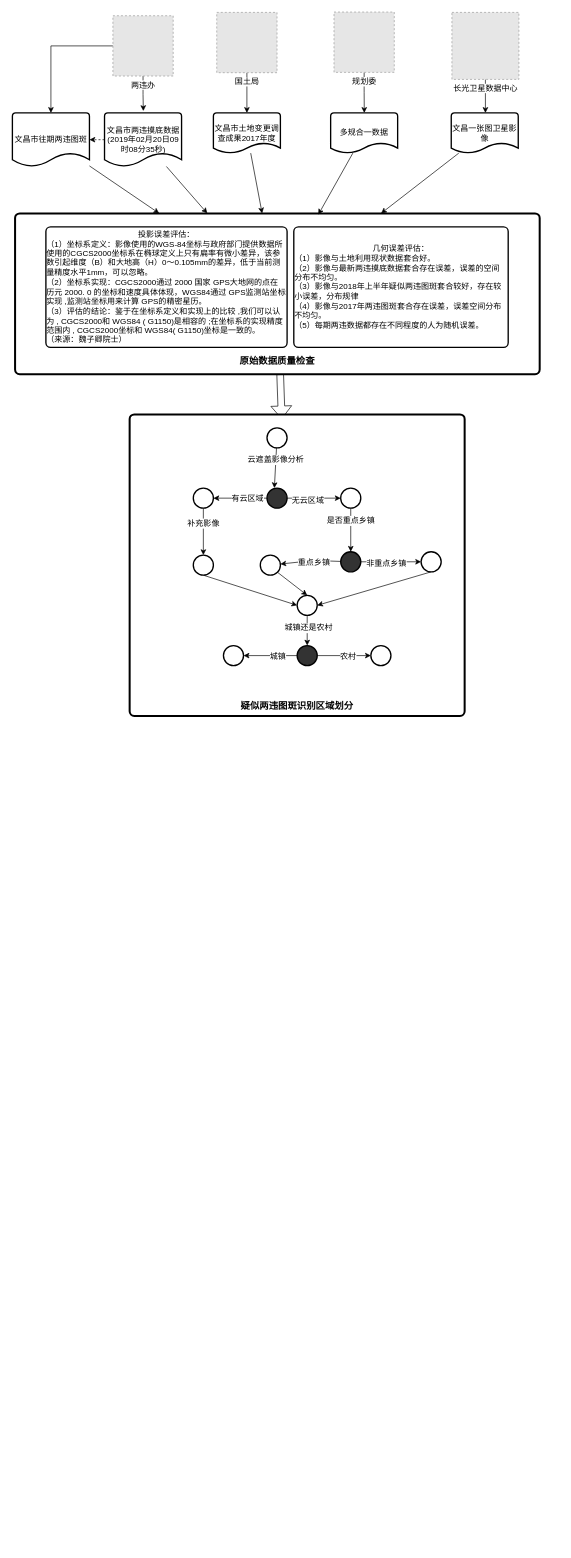
dorbodwolf/graphs_from_draw.io keeps this draw.io diagram as page "Page-1" (1 of 2) of 两违产品流程.drawio. Above is the earlier version. Source tidied: cells renumbered, new cells numbered last; positions are measured from the earlier drawing's top-left corner, leaving out a move shared by most shapes. Both pictures are drawn from the tidied source at 67%, with x=0, y=0 at pixel (12, 12). Pictures stored in the file or linked from it are replaced by grey dashed boxes.
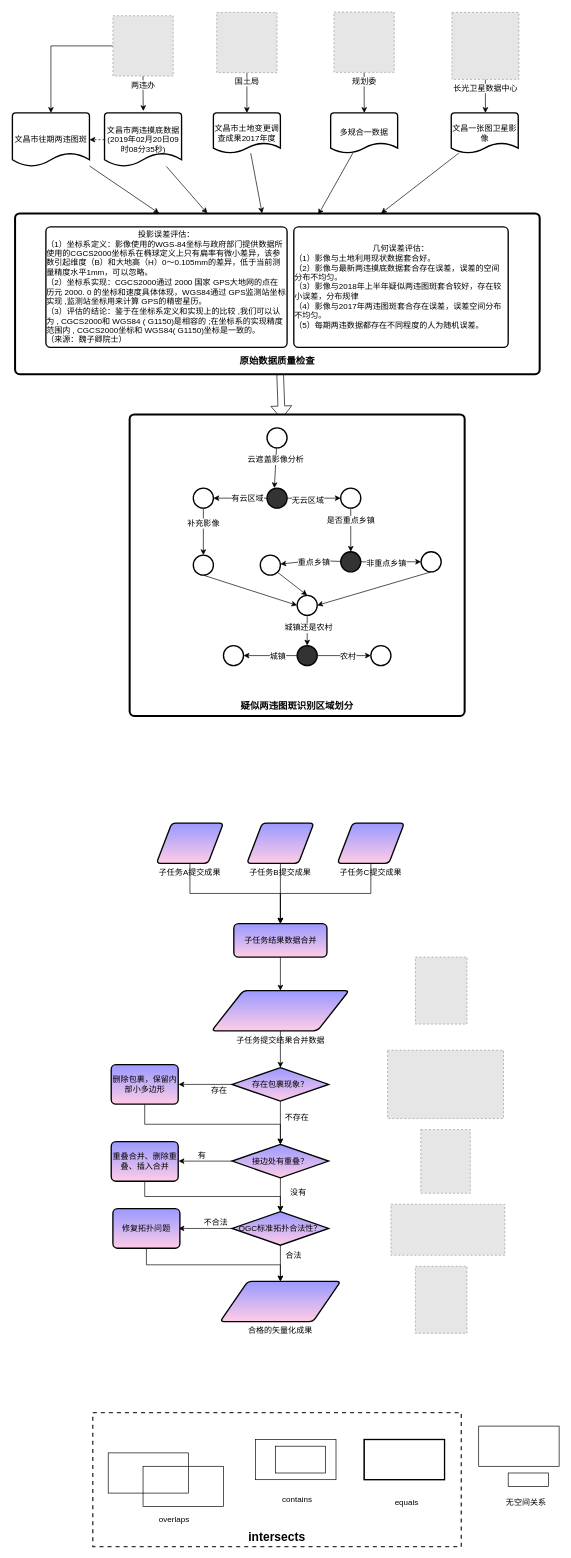
Above is the later version.

Commit message:
Update 两违产品流程.drawio

Change to the diagram source:
```diff
@@
+    <mxCell id="62" style="edgeStyle=orthogonalEdgeStyle;rounded=0;jettySize=auto;html=1;exitX=0.5;exitY=1;exitDx=0;exitDy=0;" parent="1" edge="1" source="63" target="71">
+      <mxGeometry relative="1" as="geometry" />
+    </mxCell>
+    <mxCell id="63" value="子任务A提交成果" style="verticalLabelPosition=bottom;verticalAlign=top;html=1;strokeWidth=2;shape=parallelogram;perimeter=parallelogramPerimeter;whiteSpace=wrap;rounded=1;arcSize=12;size=0.23;shadow=0;glass=0;comic=0;fillColor=#9999FF;gradientColor=#FFCCE6;" parent="1" vertex="1">
+      <mxGeometry x="215" y="1210" width="100" height="60" as="geometry" />
+    </mxCell>
+    <mxCell id="64" style="edgeStyle=orthogonalEdgeStyle;rounded=0;jettySize=auto;html=1;exitX=0.5;exitY=1;exitDx=0;exitDy=0;entryX=0.5;entryY=0;entryDx=0;entryDy=0;" parent="1" edge="1" source="65" target="71">
+      <mxGeometry relative="1" as="geometry" />
+    </mxCell>
+    <mxCell id="65" value="子任务B提交成果" style="verticalLabelPosition=bottom;verticalAlign=top;html=1;strokeWidth=2;shape=parallelogram;perimeter=parallelogramPerimeter;whiteSpace=wrap;rounded=1;arcSize=12;size=0.23;shadow=0;glass=0;comic=0;fillColor=#9999FF;gradientColor=#FFCCE6;" parent="1" vertex="1">
+      <mxGeometry x="350" y="1210" width="100" height="60" as="geometry" />
+    </mxCell>
+    <mxCell id="66" style="edgeStyle=orthogonalEdgeStyle;rounded=0;jettySize=auto;html=1;exitX=0.5;exitY=1;exitDx=0;exitDy=0;" parent="1" edge="1" source="67" target="71">
+      <mxGeometry relative="1" as="geometry" />
+    </mxCell>
+    <mxCell id="67" value="子任务C提交成果" style="verticalLabelPosition=bottom;verticalAlign=top;html=1;strokeWidth=2;shape=parallelogram;perimeter=parallelogramPerimeter;whiteSpace=wrap;rounded=1;arcSize=12;size=0.23;shadow=0;glass=0;comic=0;fillColor=#9999FF;gradientColor=#FFCCE6;" parent="1" vertex="1">
+      <mxGeometry x="485" y="1210" width="100" height="60" as="geometry" />
+    </mxCell>
+    <mxCell id="68" style="edgeStyle=orthogonalEdgeStyle;rounded=0;jettySize=auto;html=1;exitX=0.5;exitY=1;exitDx=0;exitDy=0;entryX=0.5;entryY=0;entryDx=0;entryDy=0;entryPerimeter=0;" parent="1" edge="1" source="69" target="75">
+      <mxGeometry relative="1" as="geometry" />
+    </mxCell>
+    <mxCell id="69" value="子任务提交结果合并数据" style="verticalLabelPosition=bottom;verticalAlign=top;html=1;strokeWidth=2;shape=parallelogram;perimeter=parallelogramPerimeter;whiteSpace=wrap;rounded=1;arcSize=12;size=0.23;shadow=0;glass=0;comic=0;fillColor=#9999FF;gradientColor=#FFCCE6;" parent="1" vertex="1">
+      <mxGeometry x="297.5" y="1460" width="205" height="60" as="geometry" />
+    </mxCell>
+    <mxCell id="70" style="edgeStyle=orthogonalEdgeStyle;rounded=0;jettySize=auto;html=1;exitX=0.5;exitY=1;exitDx=0;exitDy=0;entryX=0.5;entryY=0;entryDx=0;entryDy=0;" parent="1" edge="1" source="71" target="69">
+      <mxGeometry relative="1" as="geometry" />
+    </mxCell>
+    <mxCell id="71" value="子任务结果数据合并" style="rounded=1;whiteSpace=wrap;html=1;absoluteArcSize=1;arcSize=14;strokeWidth=2;shadow=0;glass=0;comic=0;fillColor=#9999FF;gradientColor=#FFCCE6;" parent="1" vertex="1">
+      <mxGeometry x="330.5" y="1360" width="139" height="50" as="geometry" />
+    </mxCell>
+    <mxCell id="72" style="fillColor=#E6E6E6;strokeColor=#999999;dashed=1;verticalLabelPosition=bottom;labelBackgroundColor=#ffffff;verticalAlign=top;" parent="1" vertex="1">
+      <mxGeometry x="601.5" y="1410" width="77" height="100" as="geometry" />
+    </mxCell>
+    <mxCell id="73" style="edgeStyle=orthogonalEdgeStyle;rounded=0;jettySize=auto;html=1;exitX=0.5;exitY=1;exitDx=0;exitDy=0;exitPerimeter=0;entryX=0.5;entryY=0;entryDx=0;entryDy=0;entryPerimeter=0;" parent="1" edge="1" source="75" target="80">
+      <mxGeometry relative="1" as="geometry" />
+    </mxCell>
+    <mxCell id="74" style="edgeStyle=orthogonalEdgeStyle;rounded=0;jettySize=auto;html=1;" parent="1" edge="1" source="75">
+      <mxGeometry relative="1" as="geometry">
+        <mxPoint x="248" y="1600" as="targetPoint" />
+      </mxGeometry>
+    </mxCell>
+    <mxCell id="75" value="存在包裹现象？" style="strokeWidth=2;html=1;shape=mxgraph.flowchart.decision;whiteSpace=wrap;rounded=0;shadow=0;glass=0;comic=0;fillColor=#9999FF;gradientColor=#FFCCE6;" parent="1" vertex="1">
+      <mxGeometry x="328" y="1575" width="144" height="50" as="geometry" />
+    </mxCell>
+    <mxCell id="76" style="fillColor=#E6E6E6;strokeColor=#999999;dashed=1;verticalLabelPosition=bottom;labelBackgroundColor=#ffffff;verticalAlign=top;" parent="1" vertex="1">
+      <mxGeometry x="560" y="1549" width="173" height="102" as="geometry" />
+    </mxCell>
+    <mxCell id="77" value="不存在" style="text;html=1;align=left;verticalAlign=top;spacingTop=-4;" parent="1" vertex="1">
+      <mxGeometry x="405" y="1640" width="50" height="20" as="geometry" />
+    </mxCell>
+    <mxCell id="78" style="edgeStyle=orthogonalEdgeStyle;rounded=0;jettySize=auto;html=1;" parent="1" edge="1" source="80" target="83">
+      <mxGeometry relative="1" as="geometry" />
+    </mxCell>
+    <mxCell id="79" style="edgeStyle=orthogonalEdgeStyle;rounded=0;jettySize=auto;html=1;" parent="1" edge="1" source="80">
+      <mxGeometry relative="1" as="geometry">
+        <mxPoint x="248" y="1714.5" as="targetPoint" />
+      </mxGeometry>
+    </mxCell>
+    <mxCell id="80" value="接边处有重叠？" style="strokeWidth=2;html=1;shape=mxgraph.flowchart.decision;whiteSpace=wrap;rounded=0;shadow=0;glass=0;comic=0;fillColor=#9999FF;gradientColor=#FFCCE6;" parent="1" vertex="1">
+      <mxGeometry x="328" y="1689.5" width="144" height="50" as="geometry" />
+    </mxCell>
+    <mxCell id="81" style="edgeStyle=orthogonalEdgeStyle;rounded=0;jettySize=auto;html=1;entryX=0.5;entryY=0;entryDx=0;entryDy=0;" parent="1" edge="1" source="83" target="97">
+      <mxGeometry relative="1" as="geometry" />
+    </mxCell>
+    <mxCell id="82" style="edgeStyle=orthogonalEdgeStyle;rounded=0;jettySize=auto;html=1;" parent="1" edge="1" source="83">
+      <mxGeometry relative="1" as="geometry">
+        <mxPoint x="248" y="1815" as="targetPoint" />
+      </mxGeometry>
+    </mxCell>
+    <mxCell id="83" value="&lt;span&gt;OGC标准&lt;/span&gt;拓扑合法性？" style="strokeWidth=2;html=1;shape=mxgraph.flowchart.decision;whiteSpace=wrap;rounded=0;shadow=0;glass=0;comic=0;fillColor=#9999FF;gradientColor=#FFCCE6;" parent="1" vertex="1">
+      <mxGeometry x="328" y="1790" width="144" height="50" as="geometry" />
+    </mxCell>
+    <mxCell id="84" value="没有" style="text;html=1;align=left;verticalAlign=top;spacingTop=-4;" parent="1" vertex="1">
+      <mxGeometry x="413" y="1752" width="40" height="20" as="geometry" />
+    </mxCell>
+    <mxCell id="85" style="fillColor=#E6E6E6;strokeColor=#999999;dashed=1;verticalLabelPosition=bottom;labelBackgroundColor=#ffffff;verticalAlign=top;" parent="1" vertex="1">
+      <mxGeometry x="609.5" y="1667.5" width="74" height="95" as="geometry" />
+    </mxCell>
+    <mxCell id="86" value="合法" style="text;html=1;align=left;verticalAlign=top;spacingTop=-4;" parent="1" vertex="1">
+      <mxGeometry x="405.5" y="1845" width="40" height="20" as="geometry" />
+    </mxCell>
+    <mxCell id="87" style="fillColor=#E6E6E6;strokeColor=#999999;dashed=1;verticalLabelPosition=bottom;labelBackgroundColor=#ffffff;verticalAlign=top;" parent="1" vertex="1">
+      <mxGeometry x="565" y="1779" width="170" height="76" as="geometry" />
+    </mxCell>
+    <mxCell id="88" value="存在" style="text;html=1;align=left;verticalAlign=top;spacingTop=-4;" parent="1" vertex="1">
+      <mxGeometry x="295" y="1600" width="40" height="20" as="geometry" />
+    </mxCell>
+    <mxCell id="89" style="edgeStyle=orthogonalEdgeStyle;rounded=0;jettySize=auto;html=1;exitX=0.5;exitY=1;exitDx=0;exitDy=0;entryX=0.5;entryY=0;entryDx=0;entryDy=0;entryPerimeter=0;" parent="1" edge="1" source="90" target="80">
+      <mxGeometry relative="1" as="geometry" />
+    </mxCell>
+    <mxCell id="90" value="删除包裹，保留内部小多边形" style="rounded=1;whiteSpace=wrap;html=1;absoluteArcSize=1;arcSize=14;strokeWidth=2;shadow=0;glass=0;comic=0;fillColor=#9999FF;gradientColor=#FFCCE6;" parent="1" vertex="1">
+      <mxGeometry x="147.5" y="1570.5" width="100" height="59" as="geometry" />
+    </mxCell>
+    <mxCell id="91" value="有" style="text;html=1;align=left;verticalAlign=top;spacingTop=-4;" parent="1" vertex="1">
+      <mxGeometry x="275" y="1696" width="30" height="20" as="geometry" />
+    </mxCell>
+    <mxCell id="92" style="edgeStyle=orthogonalEdgeStyle;rounded=0;jettySize=auto;html=1;exitX=0.5;exitY=1;exitDx=0;exitDy=0;entryX=0.5;entryY=0;entryDx=0;entryDy=0;entryPerimeter=0;" parent="1" edge="1" source="93" target="83">
+      <mxGeometry relative="1" as="geometry" />
+    </mxCell>
+    <mxCell id="93" value="重叠合并、删除重叠、插入合并" style="rounded=1;whiteSpace=wrap;html=1;absoluteArcSize=1;arcSize=14;strokeWidth=2;shadow=0;glass=0;comic=0;fillColor=#9999FF;gradientColor=#FFCCE6;" parent="1" vertex="1">
+      <mxGeometry x="147.5" y="1685.5" width="100" height="59" as="geometry" />
+    </mxCell>
+    <mxCell id="94" style="edgeStyle=orthogonalEdgeStyle;rounded=0;jettySize=auto;html=1;exitX=0.5;exitY=1;exitDx=0;exitDy=0;" parent="1" edge="1" source="95" target="97">
+      <mxGeometry relative="1" as="geometry" />
+    </mxCell>
+    <mxCell id="95" value="修复拓扑问题" style="rounded=1;whiteSpace=wrap;html=1;absoluteArcSize=1;arcSize=14;strokeWidth=2;shadow=0;glass=0;comic=0;fillColor=#9999FF;gradientColor=#FFCCE6;" parent="1" vertex="1">
+      <mxGeometry x="150" y="1785.5" width="100" height="59" as="geometry" />
+    </mxCell>
+    <mxCell id="96" value="不合法" style="text;html=1;align=left;verticalAlign=top;spacingTop=-4;" parent="1" vertex="1">
+      <mxGeometry x="284" y="1796" width="50" height="20" as="geometry" />
+    </mxCell>
+    <mxCell id="97" value="合格的矢量化成果" style="verticalLabelPosition=bottom;verticalAlign=top;html=1;strokeWidth=2;shape=parallelogram;perimeter=parallelogramPerimeter;whiteSpace=wrap;rounded=1;arcSize=12;size=0.23;shadow=0;glass=0;comic=0;fillColor=#9999FF;gradientColor=#FFCCE6;" parent="1" vertex="1">
+      <mxGeometry x="310" y="1894" width="180" height="60" as="geometry" />
+    </mxCell>
+    <mxCell id="98" style="fillColor=#E6E6E6;strokeColor=#999999;dashed=1;verticalLabelPosition=bottom;labelBackgroundColor=#ffffff;verticalAlign=top;" parent="1" vertex="1">
+      <mxGeometry x="601.5" y="1871.5" width="77" height="100" as="geometry" />
+    </mxCell>
+    <mxCell id="99" style="rounded=0;whiteSpace=wrap;html=1;shadow=0;glass=0;comic=0;" parent="1" vertex="1">
+      <mxGeometry x="143" y="2150" width="120" height="60" as="geometry" />
+    </mxCell>
+    <mxCell id="100" style="rounded=0;whiteSpace=wrap;html=1;shadow=0;glass=0;comic=0;fillColor=none;" parent="1" vertex="1">
+      <mxGeometry x="195" y="2170" width="120" height="60" as="geometry" />
+    </mxCell>
+    <mxCell id="101" style="rounded=0;whiteSpace=wrap;html=1;shadow=0;glass=0;comic=0;" parent="1" vertex="1">
+      <mxGeometry x="363" y="2130" width="120" height="60" as="geometry" />
+    </mxCell>
+    <mxCell id="102" style="rounded=0;whiteSpace=wrap;html=1;shadow=0;glass=0;comic=0;fillColor=none;" parent="1" vertex="1">
+      <mxGeometry x="392.5" y="2140" width="75" height="40" as="geometry" />
+    </mxCell>
+    <mxCell id="103" style="rounded=0;whiteSpace=wrap;html=1;shadow=0;glass=0;comic=0;" parent="1" vertex="1">
+      <mxGeometry x="525" y="2130" width="120" height="60" as="geometry" />
+    </mxCell>
+    <mxCell id="104" style="rounded=0;whiteSpace=wrap;html=1;shadow=0;glass=0;comic=0;fillColor=none;strokeWidth=2;" parent="1" vertex="1">
+      <mxGeometry x="525" y="2130" width="120" height="60" as="geometry" />
+    </mxCell>
+    <mxCell id="105" style="rounded=0;whiteSpace=wrap;html=1;shadow=0;glass=0;comic=0;" parent="1" vertex="1">
+      <mxGeometry x="696" y="2110" width="120" height="60" as="geometry" />
+    </mxCell>
+    <mxCell id="106" style="rounded=0;whiteSpace=wrap;html=1;shadow=0;glass=0;comic=0;fillColor=none;" parent="1" vertex="1">
+      <mxGeometry x="740" y="2180" width="60" height="20" as="geometry" />
+    </mxCell>
+    <mxCell id="107" value="overlaps" style="text;html=1;align=left;verticalAlign=top;spacingTop=-4;" parent="1" vertex="1">
+      <mxGeometry x="217" y="2240" width="60" height="20" as="geometry" />
+    </mxCell>
+    <mxCell id="108" value="contains" style="text;html=1;align=left;verticalAlign=top;spacingTop=-4;" parent="1" vertex="1">
+      <mxGeometry x="400.5" y="2210" width="60" height="20" as="geometry" />
+    </mxCell>
+    <mxCell id="109" value="equals" style="text;html=1;align=left;verticalAlign=top;spacingTop=-4;" parent="1" vertex="1">
+      <mxGeometry x="569" y="2215" width="50" height="20" as="geometry" />
+    </mxCell>
+    <mxCell id="110" value="无空间关系" style="text;html=1;align=left;verticalAlign=top;spacingTop=-4;" parent="1" vertex="1">
+      <mxGeometry x="735" y="2215" width="80" height="20" as="geometry" />
+    </mxCell>
+    <mxCell id="111" value="&lt;b&gt;&lt;font style=&quot;font-size: 18px&quot;&gt;&lt;br&gt;&lt;br&gt;&lt;br&gt;&lt;br&gt;&lt;br&gt;&lt;br&gt;&lt;br&gt;&lt;br&gt;intersects&lt;/font&gt;&lt;/b&gt;&lt;br&gt;" style="rounded=0;whiteSpace=wrap;html=1;shadow=0;glass=0;comic=0;strokeColor=#333333;strokeWidth=2;fillColor=none;gradientColor=#FFCCE6;dashed=1;" parent="1" vertex="1">
+      <mxGeometry x="120" y="2090" width="550" height="200" as="geometry" />
+    </mxCell>
```
